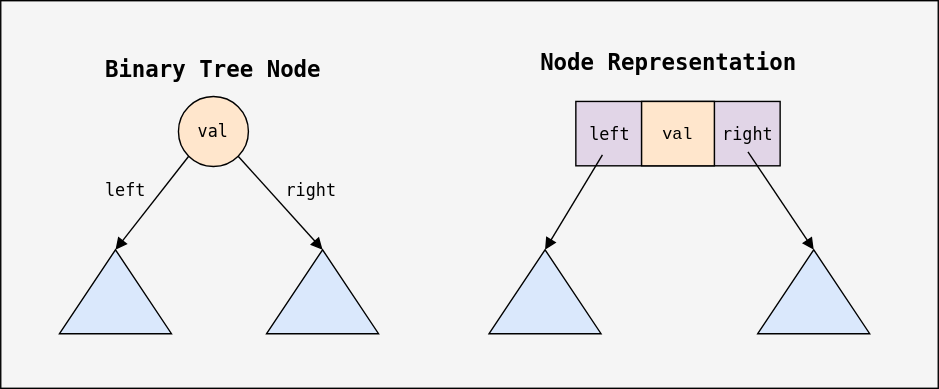
datkumar/code-journal keeps this draw.io diagram as public/diagrams/tree-node-representation.svg. Above is the earlier version. Source tidied: cells renumbered, new cells last; positions are measured from the earlier drawing's top-left corner, leaving out a move shared by most shapes. Source of this version:
```xml
<mxGraphModel>
  <root>
    <mxCell id="0" />
    <mxCell id="1" parent="0" />
    <mxCell id="2" style="rounded=0;whiteSpace=wrap;html=1;fillColor=#f5f5f5;fontColor=#000000;strokeColor=#000000;fontFamily=monospace;" parent="1" vertex="1">
      <mxGeometry width="670" height="277" as="geometry" />
    </mxCell>
    <mxCell id="3" value="val" style="ellipse;whiteSpace=wrap;html=1;fillColor=#ffe6cc;strokeColor=#000000;fontFamily=monospace;fontColor=#000000;" parent="1" vertex="1">
      <mxGeometry x="127" y="68.5" width="50" height="50" as="geometry" />
    </mxCell>
    <mxCell id="4" style="endArrow=block;html=1;rounded=0;exitX=0;exitY=1;exitDx=0;exitDy=0;endFill=1;strokeColor=#000000;startFill=0;fontFamily=monospace;fontColor=#000000;entryX=1;entryY=0.5;entryDx=0;entryDy=0;" parent="1" edge="1" source="3" target="11">
      <mxGeometry relative="1" as="geometry" />
    </mxCell>
    <mxCell id="5" style="endArrow=block;html=1;rounded=0;exitX=1;exitY=1;exitDx=0;exitDy=0;endFill=1;strokeColor=#000000;startFill=0;fontFamily=monospace;fontColor=#000000;entryX=1;entryY=0.5;entryDx=0;entryDy=0;" parent="1" edge="1" source="3" target="12">
      <mxGeometry relative="1" as="geometry" />
    </mxCell>
    <mxCell id="6" value="Binary Tree Node" style="text;html=1;align=center;verticalAlign=middle;whiteSpace=wrap;rounded=0;fontFamily=monospace;fontSize=16;fontStyle=1;fontColor=#000000;strokeColor=none;" parent="1" vertex="1">
      <mxGeometry x="70.9" y="34" width="162.2" height="30" as="geometry" />
    </mxCell>
    <mxCell id="7" style="shape=process;whiteSpace=wrap;html=1;backgroundOutline=1;size=0.32502878483703407;fillColor=#e1d5e7;strokeColor=#000000;fontFamily=monospace;fontColor=#000000;" parent="1" vertex="1">
      <mxGeometry x="411" y="72" width="146" height="46" as="geometry" />
    </mxCell>
    <mxCell id="8" style="endArrow=block;html=1;rounded=0;endFill=1;strokeColor=#000000;startFill=0;fontFamily=monospace;fontColor=#000000;entryX=1;entryY=0.5;entryDx=0;entryDy=0;" parent="1" edge="1" target="13">
      <mxGeometry relative="1" as="geometry">
        <mxPoint x="430" y="110.2" as="sourcePoint" />
      </mxGeometry>
    </mxCell>
    <mxCell id="9" style="endArrow=block;html=1;rounded=0;endFill=1;strokeColor=#000000;startFill=0;fontFamily=monospace;fontColor=#000000;entryX=1;entryY=0.5;entryDx=0;entryDy=0;" parent="1" edge="1" target="14">
      <mxGeometry relative="1" as="geometry">
        <mxPoint x="534" y="108.1" as="sourcePoint" />
      </mxGeometry>
    </mxCell>
    <mxCell id="10" value="Node Representation" style="text;html=1;align=center;verticalAlign=middle;whiteSpace=wrap;rounded=0;fontFamily=monospace;fontSize=16;fontStyle=1;fontColor=#000000;strokeColor=none;" parent="1" vertex="1">
      <mxGeometry x="356" y="29" width="243" height="30" as="geometry" />
    </mxCell>
    <mxCell id="11" style="triangle;whiteSpace=wrap;html=1;direction=north;fillColor=#dae8fc;strokeColor=#000000;fontFamily=monospace;" parent="1" vertex="1">
      <mxGeometry x="42" y="178" width="80" height="60" as="geometry" />
    </mxCell>
    <mxCell id="12" style="triangle;whiteSpace=wrap;html=1;direction=north;fillColor=#dae8fc;strokeColor=#000000;fontFamily=monospace;" parent="1" vertex="1">
      <mxGeometry x="190" y="178" width="80" height="60" as="geometry" />
    </mxCell>
    <mxCell id="13" style="triangle;whiteSpace=wrap;html=1;direction=north;fillColor=#dae8fc;strokeColor=#000000;fontFamily=monospace;" parent="1" vertex="1">
      <mxGeometry x="349" y="178" width="80" height="60" as="geometry" />
    </mxCell>
    <mxCell id="14" style="triangle;whiteSpace=wrap;html=1;direction=north;fillColor=#dae8fc;strokeColor=#000000;fontFamily=monospace;" parent="1" vertex="1">
      <mxGeometry x="541" y="178" width="80" height="60" as="geometry" />
    </mxCell>
    <mxCell id="15" value="&lt;span style=&quot;color: rgb(0, 0, 0); font-family: &amp;quot;monospace&amp;quot;; font-size: 12px; font-style: normal; font-variant-ligatures: normal; font-variant-caps: normal; font-weight: 400; letter-spacing: normal; orphans: 2; text-align: center; text-indent: 0px; text-transform: none; widows: 2; word-spacing: 0px; -webkit-text-stroke-width: 0px; white-space: normal; text-decoration-thickness: initial; text-decoration-style: initial; text-decoration-color: initial; float: none; display: inline !important;&quot;&gt;left&lt;/span&gt;" style="text;whiteSpace=wrap;html=1;rotation=0;strokeColor=none;labelBackgroundColor=none;" parent="1" vertex="1">
      <mxGeometry x="73" y="122" width="40.8" height="26.2" as="geometry" />
    </mxCell>
    <mxCell id="16" value="&lt;span style=&quot;color: rgb(0, 0, 0); font-family: &amp;quot;monospace&amp;quot;; font-size: 12px; font-style: normal; font-variant-ligatures: normal; font-variant-caps: normal; font-weight: 400; letter-spacing: normal; orphans: 2; text-align: center; text-indent: 0px; text-transform: none; widows: 2; word-spacing: 0px; -webkit-text-stroke-width: 0px; white-space: normal; text-decoration-thickness: initial; text-decoration-style: initial; text-decoration-color: initial; float: none; display: inline !important;&quot;&gt;right&lt;/span&gt;" style="text;whiteSpace=wrap;html=1;rotation=0;strokeColor=none;labelBackgroundColor=none;" parent="1" vertex="1">
      <mxGeometry x="202" y="122" width="40.8" height="26.2" as="geometry" />
    </mxCell>
    <mxCell id="17" value="&lt;span style=&quot;color: rgb(0, 0, 0); font-family: &amp;quot;monospace&amp;quot;; font-size: 12px; font-style: normal; font-variant-ligatures: normal; font-variant-caps: normal; font-weight: 400; letter-spacing: normal; orphans: 2; text-align: center; text-indent: 0px; text-transform: none; widows: 2; word-spacing: 0px; -webkit-text-stroke-width: 0px; white-space: normal; text-decoration-thickness: initial; text-decoration-style: initial; text-decoration-color: initial; float: none; display: inline !important;&quot;&gt;left&lt;/span&gt;" style="text;whiteSpace=wrap;html=1;labelBackgroundColor=none;strokeColor=none;" parent="1" vertex="1">
      <mxGeometry x="419.2" y="81.9" width="40.8" height="26.2" as="geometry" />
    </mxCell>
    <mxCell id="18" value="&lt;span style=&quot;color: rgb(0, 0, 0); font-family: &amp;quot;monospace&amp;quot;; font-size: 12px; font-style: normal; font-variant-ligatures: normal; font-variant-caps: normal; font-weight: 400; letter-spacing: normal; orphans: 2; text-align: center; text-indent: 0px; text-transform: none; widows: 2; word-spacing: 0px; -webkit-text-stroke-width: 0px; white-space: normal; text-decoration-thickness: initial; text-decoration-style: initial; text-decoration-color: initial; float: none; display: inline !important;&quot;&gt;right&lt;/span&gt;" style="text;whiteSpace=wrap;html=1;labelBackgroundColor=none;strokeColor=none;" parent="1" vertex="1">
      <mxGeometry x="514" y="81.9" width="40.8" height="26.2" as="geometry" />
    </mxCell>
    <mxCell id="19" value="&lt;font style=&quot;color: rgb(0, 0, 0);&quot; face=&quot;monospace&quot;&gt;val&lt;/font&gt;" style="rounded=0;whiteSpace=wrap;html=1;fillColor=#ffe6cc;strokeColor=#000000;" parent="1" vertex="1">
      <mxGeometry x="458" y="72" width="52" height="46" as="geometry" />
    </mxCell>
  </root>
</mxGraphModel>
```
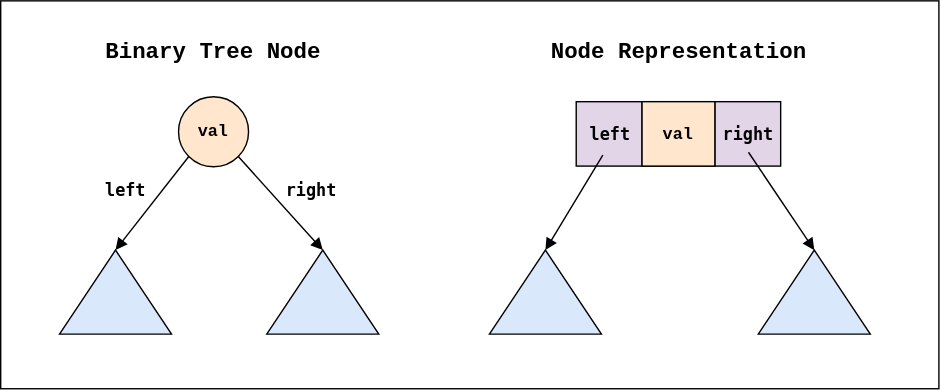
Above is the later version.

What changed in the source:
```diff
@@ -2,10 +2,10 @@
   <root>
     <mxCell id="0" />
     <mxCell id="1" parent="0" />
-    <mxCell id="2" style="rounded=0;whiteSpace=wrap;html=1;fillColor=#f5f5f5;fontColor=#000000;strokeColor=#000000;fontFamily=monospace;" parent="1" vertex="1">
+    <mxCell id="2" style="rounded=0;whiteSpace=wrap;html=1;fillColor=light-dark(#FFFFFF,#FFFFFF);fontColor=#000000;strokeColor=light-dark(#000000,#000000);fontFamily=monospace;" parent="1" vertex="1">
       <mxGeometry width="670" height="277" as="geometry" />
     </mxCell>
-    <mxCell id="3" value="val" style="ellipse;whiteSpace=wrap;html=1;fillColor=#ffe6cc;strokeColor=#000000;fontFamily=monospace;fontColor=#000000;" parent="1" vertex="1">
+    <mxCell id="3" value="val" style="ellipse;whiteSpace=wrap;html=1;fillColor=#ffe6cc;strokeColor=#000000;fontFamily=monospace;fontColor=#000000;fontStyle=1;" parent="1" vertex="1">
       <mxGeometry x="127" y="68.5" width="50" height="50" as="geometry" />
     </mxCell>
     <mxCell id="4" style="endArrow=block;html=1;rounded=0;exitX=0;exitY=1;exitDx=0;exitDy=0;endFill=1;strokeColor=#000000;startFill=0;fontFamily=monospace;fontColor=#000000;entryX=1;entryY=0.5;entryDx=0;entryDy=0;" parent="1" edge="1" source="3" target="11">
@@ -15,7 +15,7 @@
       <mxGeometry relative="1" as="geometry" />
     </mxCell>
     <mxCell id="6" value="Binary Tree Node" style="text;html=1;align=center;verticalAlign=middle;whiteSpace=wrap;rounded=0;fontFamily=monospace;fontSize=16;fontStyle=1;fontColor=#000000;strokeColor=none;" parent="1" vertex="1">
-      <mxGeometry x="70.9" y="34" width="162.2" height="30" as="geometry" />
+      <mxGeometry x="70.9" y="22" width="162.2" height="30" as="geometry" />
     </mxCell>
     <mxCell id="7" style="shape=process;whiteSpace=wrap;html=1;backgroundOutline=1;size=0.32502878483703407;fillColor=#e1d5e7;strokeColor=#000000;fontFamily=monospace;fontColor=#000000;" parent="1" vertex="1">
       <mxGeometry x="411" y="72" width="146" height="46" as="geometry" />
@@ -31,7 +31,7 @@
       </mxGeometry>
     </mxCell>
     <mxCell id="10" value="Node Representation" style="text;html=1;align=center;verticalAlign=middle;whiteSpace=wrap;rounded=0;fontFamily=monospace;fontSize=16;fontStyle=1;fontColor=#000000;strokeColor=none;" parent="1" vertex="1">
-      <mxGeometry x="356" y="29" width="243" height="30" as="geometry" />
+      <mxGeometry x="362.5" y="22" width="243" height="30" as="geometry" />
     </mxCell>
     <mxCell id="11" style="triangle;whiteSpace=wrap;html=1;direction=north;fillColor=#dae8fc;strokeColor=#000000;fontFamily=monospace;" parent="1" vertex="1">
       <mxGeometry x="42" y="178" width="80" height="60" as="geometry" />
@@ -45,19 +45,19 @@
     <mxCell id="14" style="triangle;whiteSpace=wrap;html=1;direction=north;fillColor=#dae8fc;strokeColor=#000000;fontFamily=monospace;" parent="1" vertex="1">
       <mxGeometry x="541" y="178" width="80" height="60" as="geometry" />
     </mxCell>
-    <mxCell id="15" value="&lt;span style=&quot;color: rgb(0, 0, 0); font-family: &amp;quot;monospace&amp;quot;; font-size: 12px; font-style: normal; font-variant-ligatures: normal; font-variant-caps: normal; font-weight: 400; letter-spacing: normal; orphans: 2; text-align: center; text-indent: 0px; text-transform: none; widows: 2; word-spacing: 0px; -webkit-text-stroke-width: 0px; white-space: normal; text-decoration-thickness: initial; text-decoration-style: initial; text-decoration-color: initial; float: none; display: inline !important;&quot;&gt;left&lt;/span&gt;" style="text;whiteSpace=wrap;html=1;rotation=0;strokeColor=none;labelBackgroundColor=none;" parent="1" vertex="1">
+    <mxCell id="15" value="&lt;span style=&quot;color: rgb(0, 0, 0); font-family: &amp;quot;monospace&amp;quot;; font-size: 12px; font-style: normal; font-variant-ligatures: normal; font-variant-caps: normal; letter-spacing: normal; orphans: 2; text-align: center; text-indent: 0px; text-transform: none; widows: 2; word-spacing: 0px; -webkit-text-stroke-width: 0px; white-space: normal; text-decoration-thickness: initial; text-decoration-style: initial; text-decoration-color: initial; float: none; display: inline !important;&quot;&gt;left&lt;/span&gt;" style="text;whiteSpace=wrap;html=1;rotation=0;strokeColor=none;labelBackgroundColor=none;fontStyle=1;" parent="1" vertex="1">
       <mxGeometry x="73" y="122" width="40.8" height="26.2" as="geometry" />
     </mxCell>
-    <mxCell id="16" value="&lt;span style=&quot;color: rgb(0, 0, 0); font-family: &amp;quot;monospace&amp;quot;; font-size: 12px; font-style: normal; font-variant-ligatures: normal; font-variant-caps: normal; font-weight: 400; letter-spacing: normal; orphans: 2; text-align: center; text-indent: 0px; text-transform: none; widows: 2; word-spacing: 0px; -webkit-text-stroke-width: 0px; white-space: normal; text-decoration-thickness: initial; text-decoration-style: initial; text-decoration-color: initial; float: none; display: inline !important;&quot;&gt;right&lt;/span&gt;" style="text;whiteSpace=wrap;html=1;rotation=0;strokeColor=none;labelBackgroundColor=none;" parent="1" vertex="1">
+    <mxCell id="16" value="&lt;span style=&quot;color: rgb(0, 0, 0); font-family: &amp;quot;monospace&amp;quot;; font-size: 12px; font-style: normal; font-variant-ligatures: normal; font-variant-caps: normal; letter-spacing: normal; orphans: 2; text-align: center; text-indent: 0px; text-transform: none; widows: 2; word-spacing: 0px; -webkit-text-stroke-width: 0px; white-space: normal; text-decoration-thickness: initial; text-decoration-style: initial; text-decoration-color: initial; float: none; display: inline !important;&quot;&gt;right&lt;/span&gt;" style="text;whiteSpace=wrap;html=1;rotation=0;strokeColor=none;labelBackgroundColor=none;fontStyle=1;" parent="1" vertex="1">
       <mxGeometry x="202" y="122" width="40.8" height="26.2" as="geometry" />
     </mxCell>
-    <mxCell id="17" value="&lt;span style=&quot;color: rgb(0, 0, 0); font-family: &amp;quot;monospace&amp;quot;; font-size: 12px; font-style: normal; font-variant-ligatures: normal; font-variant-caps: normal; font-weight: 400; letter-spacing: normal; orphans: 2; text-align: center; text-indent: 0px; text-transform: none; widows: 2; word-spacing: 0px; -webkit-text-stroke-width: 0px; white-space: normal; text-decoration-thickness: initial; text-decoration-style: initial; text-decoration-color: initial; float: none; display: inline !important;&quot;&gt;left&lt;/span&gt;" style="text;whiteSpace=wrap;html=1;labelBackgroundColor=none;strokeColor=none;" parent="1" vertex="1">
+    <mxCell id="17" value="&lt;span style=&quot;color: rgb(0, 0, 0); font-family: &amp;quot;monospace&amp;quot;; font-size: 12px; font-style: normal; font-variant-ligatures: normal; font-variant-caps: normal; letter-spacing: normal; orphans: 2; text-align: center; text-indent: 0px; text-transform: none; widows: 2; word-spacing: 0px; -webkit-text-stroke-width: 0px; white-space: normal; text-decoration-thickness: initial; text-decoration-style: initial; text-decoration-color: initial; float: none; display: inline !important;&quot;&gt;left&lt;/span&gt;" style="text;whiteSpace=wrap;html=1;labelBackgroundColor=none;strokeColor=none;fontStyle=1;" parent="1" vertex="1">
       <mxGeometry x="419.2" y="81.9" width="40.8" height="26.2" as="geometry" />
     </mxCell>
-    <mxCell id="18" value="&lt;span style=&quot;color: rgb(0, 0, 0); font-family: &amp;quot;monospace&amp;quot;; font-size: 12px; font-style: normal; font-variant-ligatures: normal; font-variant-caps: normal; font-weight: 400; letter-spacing: normal; orphans: 2; text-align: center; text-indent: 0px; text-transform: none; widows: 2; word-spacing: 0px; -webkit-text-stroke-width: 0px; white-space: normal; text-decoration-thickness: initial; text-decoration-style: initial; text-decoration-color: initial; float: none; display: inline !important;&quot;&gt;right&lt;/span&gt;" style="text;whiteSpace=wrap;html=1;labelBackgroundColor=none;strokeColor=none;" parent="1" vertex="1">
+    <mxCell id="18" value="&lt;span style=&quot;color: rgb(0, 0, 0); font-family: &amp;quot;monospace&amp;quot;; font-size: 12px; font-style: normal; font-variant-ligatures: normal; font-variant-caps: normal; letter-spacing: normal; orphans: 2; text-align: center; text-indent: 0px; text-transform: none; widows: 2; word-spacing: 0px; -webkit-text-stroke-width: 0px; white-space: normal; text-decoration-thickness: initial; text-decoration-style: initial; text-decoration-color: initial; float: none; display: inline !important;&quot;&gt;right&lt;/span&gt;" style="text;whiteSpace=wrap;html=1;labelBackgroundColor=none;strokeColor=none;fontStyle=1;" parent="1" vertex="1">
       <mxGeometry x="514" y="81.9" width="40.8" height="26.2" as="geometry" />
     </mxCell>
-    <mxCell id="19" value="&lt;font style=&quot;color: rgb(0, 0, 0);&quot; face=&quot;monospace&quot;&gt;val&lt;/font&gt;" style="rounded=0;whiteSpace=wrap;html=1;fillColor=#ffe6cc;strokeColor=#000000;" parent="1" vertex="1">
+    <mxCell id="19" value="&lt;font style=&quot;color: rgb(0, 0, 0);&quot; face=&quot;monospace&quot;&gt;val&lt;/font&gt;" style="rounded=0;whiteSpace=wrap;html=1;fillColor=#ffe6cc;strokeColor=#000000;fontStyle=1;" parent="1" vertex="1">
       <mxGeometry x="458" y="72" width="52" height="46" as="geometry" />
     </mxCell>
   </root>
```
